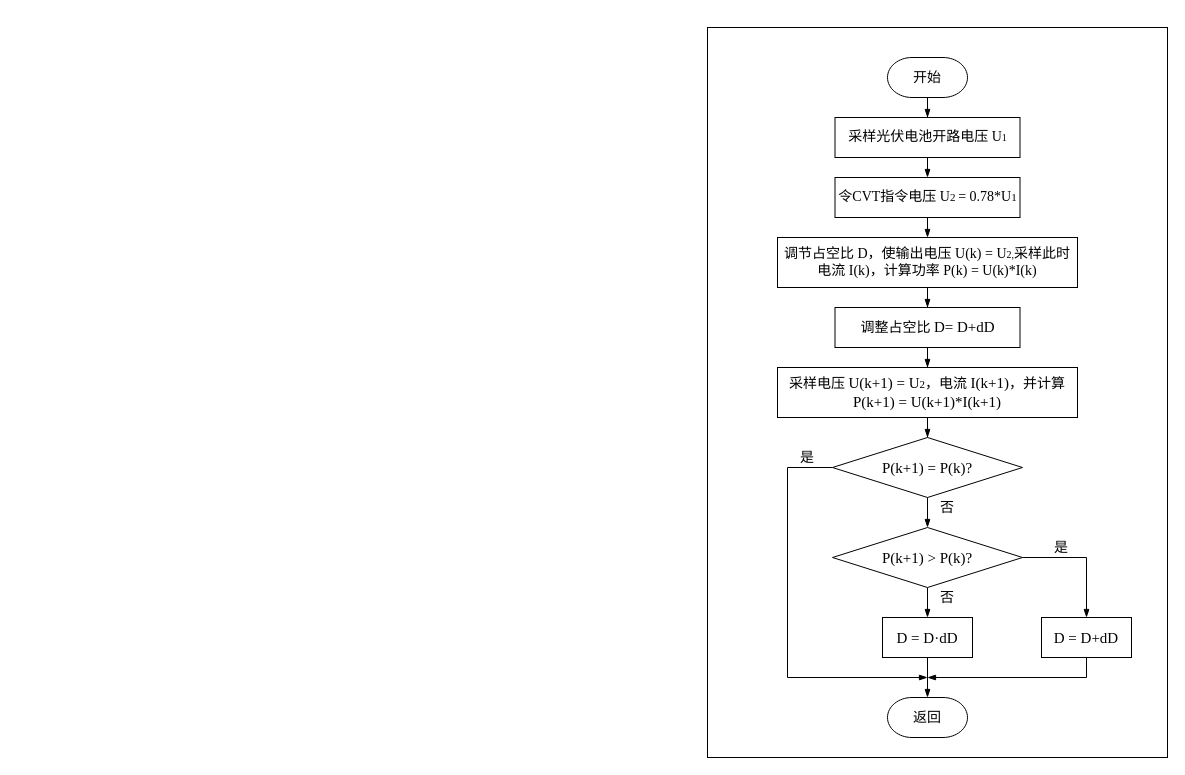
The draw.io diagram PWM算法流程图.drawio in AXYZdong/useful-things, before the edit. Source tidied: cells renumbered, new cells numbered last; positions are measured from the earlier drawing's top-left corner, leaving out a move shared by most shapes. Both pictures are drawn from the tidied source at 100%, with x=0, y=0 at pixel (707, 27).
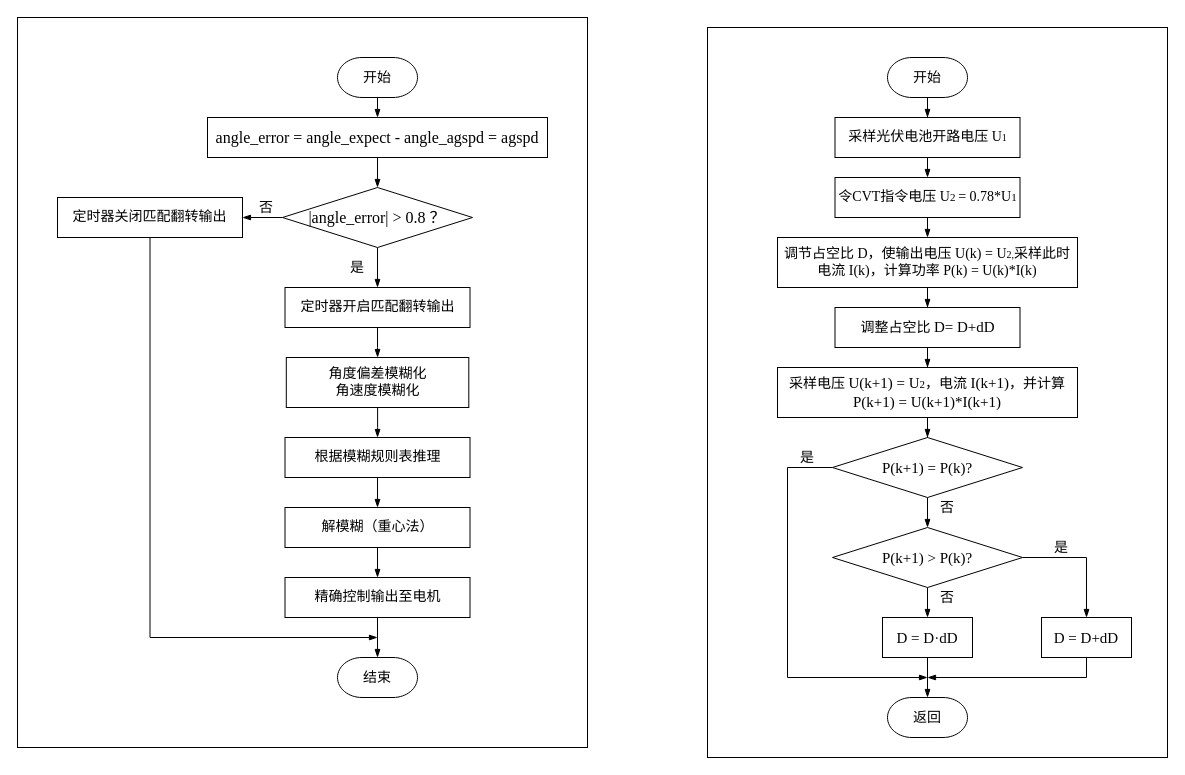
The same page after the edit.

Commit message (it also covers changes not shown here):
更新PWM算法流程图.drawio

Diff of the diagram source:
```diff
@@
+    <mxCell id="29" style="rounded=0;whiteSpace=wrap;html=1;strokeWidth=1;fillColor=none;" parent="1" vertex="1">
+      <mxGeometry width="460" height="730" as="geometry" />
+    </mxCell>
@@
-    <mxCell id="29" style="rounded=0;whiteSpace=wrap;html=1;strokeWidth=1;fillColor=none;" parent="1" vertex="1">
-      <mxGeometry width="460" height="730" as="geometry" />
-    </mxCell>
+    <mxCell id="30" style="edgeStyle=orthogonalEdgeStyle;rounded=0;jettySize=auto;html=1;exitX=0.5;exitY=1;exitDx=0;exitDy=0;exitPerimeter=0;entryX=0.5;entryY=0;entryDx=0;entryDy=0;endArrow=blockThin;endFill=1;" parent="1" edge="1" source="31" target="33">
+      <mxGeometry relative="1" as="geometry" />
+    </mxCell>
+    <mxCell id="31" value="&lt;font style=&quot;font-size: 14px&quot;&gt;开始&lt;/font&gt;" style="strokeWidth=1;html=1;shape=mxgraph.flowchart.terminator;whiteSpace=wrap;" parent="1" vertex="1">
+      <mxGeometry x="-370" y="30" width="80" height="40" as="geometry" />
+    </mxCell>
+    <mxCell id="32" style="edgeStyle=orthogonalEdgeStyle;rounded=0;jettySize=auto;html=1;endArrow=blockThin;endFill=1;" parent="1" edge="1" source="33" target="36">
+      <mxGeometry relative="1" as="geometry" />
+    </mxCell>
+    <mxCell id="33" value="&lt;div style=&quot;text-align: left&quot;&gt;&lt;span style=&quot;font-family: &amp;#34;times new roman&amp;#34;&quot;&gt;&lt;font style=&quot;font-size: 16px&quot;&gt;angle_error = angle_expect - angle_agspd = agspd&lt;/font&gt;&lt;/span&gt;&lt;/div&gt;" style="rounded=0;whiteSpace=wrap;html=1;strokeWidth=1;" parent="1" vertex="1">
+      <mxGeometry x="-500" y="90" width="340" height="40" as="geometry" />
+    </mxCell>
+    <mxCell id="34" style="edgeStyle=orthogonalEdgeStyle;rounded=0;jettySize=auto;html=1;endArrow=blockThin;endFill=1;" parent="1" edge="1" source="36" target="38">
+      <mxGeometry relative="1" as="geometry" />
+    </mxCell>
+    <mxCell id="35" style="edgeStyle=orthogonalEdgeStyle;rounded=0;jettySize=auto;html=1;entryX=1;entryY=0.5;entryDx=0;entryDy=0;endArrow=blockThin;endFill=1;" parent="1" edge="1" source="36" target="48">
+      <mxGeometry relative="1" as="geometry" />
+    </mxCell>
+    <mxCell id="36" value="&lt;font style=&quot;font-size: 16px&quot; face=&quot;Times New Roman&quot;&gt;|angle_error| &amp;gt; 0.8&amp;nbsp;？&lt;/font&gt;" style="rhombus;whiteSpace=wrap;html=1;strokeWidth=1;" parent="1" vertex="1">
+      <mxGeometry x="-425" y="160" width="190" height="60" as="geometry" />
+    </mxCell>
+    <mxCell id="37" style="edgeStyle=orthogonalEdgeStyle;rounded=0;jettySize=auto;html=1;endArrow=blockThin;endFill=1;" parent="1" edge="1" source="38" target="40">
+      <mxGeometry relative="1" as="geometry" />
+    </mxCell>
+    <mxCell id="38" value="&lt;font face=&quot;Times New Roman&quot;&gt;&lt;span style=&quot;font-size: 14px&quot;&gt;定时器开启匹配翻转输出&lt;/span&gt;&lt;/font&gt;" style="rounded=0;whiteSpace=wrap;html=1;strokeWidth=1;" parent="1" vertex="1">
+      <mxGeometry x="-422.5" y="260" width="185" height="40" as="geometry" />
+    </mxCell>
+    <mxCell id="39" style="edgeStyle=orthogonalEdgeStyle;rounded=0;jettySize=auto;html=1;entryX=0.5;entryY=0;entryDx=0;entryDy=0;endArrow=blockThin;endFill=1;" parent="1" edge="1" source="40" target="42">
+      <mxGeometry relative="1" as="geometry" />
+    </mxCell>
+    <mxCell id="40" value="&lt;font face=&quot;Times New Roman&quot;&gt;&lt;span style=&quot;font-size: 14px&quot;&gt;角度偏差模糊化&lt;br&gt;角速度模糊化&lt;br&gt;&lt;/span&gt;&lt;/font&gt;" style="rounded=0;whiteSpace=wrap;html=1;strokeWidth=1;" parent="1" vertex="1">
+      <mxGeometry x="-421.2" y="330" width="182.5" height="50" as="geometry" />
+    </mxCell>
+    <mxCell id="41" style="edgeStyle=orthogonalEdgeStyle;rounded=0;jettySize=auto;html=1;exitX=0.5;exitY=1;exitDx=0;exitDy=0;endArrow=blockThin;endFill=1;" parent="1" edge="1" source="42" target="44">
+      <mxGeometry relative="1" as="geometry" />
+    </mxCell>
+    <mxCell id="42" value="&lt;font face=&quot;Times New Roman&quot;&gt;&lt;span style=&quot;font-size: 14px&quot;&gt;根据模糊规则表推理&lt;/span&gt;&lt;/font&gt;" style="rounded=0;whiteSpace=wrap;html=1;strokeWidth=1;" parent="1" vertex="1">
+      <mxGeometry x="-422.5" y="410" width="185" height="40" as="geometry" />
+    </mxCell>
+    <mxCell id="43" style="edgeStyle=orthogonalEdgeStyle;rounded=0;jettySize=auto;html=1;exitX=0.5;exitY=1;exitDx=0;exitDy=0;endArrow=blockThin;endFill=1;" parent="1" edge="1" source="44" target="46">
+      <mxGeometry relative="1" as="geometry" />
+    </mxCell>
+    <mxCell id="44" value="&lt;font face=&quot;Times New Roman&quot;&gt;&lt;span style=&quot;font-size: 14px&quot;&gt;解模糊（重心法）&lt;/span&gt;&lt;/font&gt;" style="rounded=0;whiteSpace=wrap;html=1;strokeWidth=1;" parent="1" vertex="1">
+      <mxGeometry x="-422.5" y="480" width="185" height="40" as="geometry" />
+    </mxCell>
+    <mxCell id="45" style="edgeStyle=orthogonalEdgeStyle;rounded=0;jettySize=auto;html=1;exitX=0.5;exitY=1;exitDx=0;exitDy=0;entryX=0.5;entryY=0;entryDx=0;entryDy=0;entryPerimeter=0;endArrow=blockThin;endFill=1;" parent="1" edge="1" source="46" target="49">
+      <mxGeometry relative="1" as="geometry" />
+    </mxCell>
+    <mxCell id="46" value="&lt;font face=&quot;Times New Roman&quot;&gt;&lt;span style=&quot;font-size: 14px&quot;&gt;精确控制输出至电机&lt;/span&gt;&lt;/font&gt;" style="rounded=0;whiteSpace=wrap;html=1;strokeWidth=1;" parent="1" vertex="1">
+      <mxGeometry x="-422.5" y="550" width="185" height="40" as="geometry" />
+    </mxCell>
+    <mxCell id="47" style="edgeStyle=orthogonalEdgeStyle;rounded=0;jettySize=auto;html=1;endArrow=blockThin;endFill=1;exitX=0.5;exitY=1;exitDx=0;exitDy=0;" parent="1" edge="1" source="48">
+      <mxGeometry relative="1" as="geometry">
+        <mxPoint x="-330" y="610" as="targetPoint" />
+        <Array as="points">
+          <mxPoint x="-557" y="610" />
+        </Array>
+      </mxGeometry>
+    </mxCell>
+    <mxCell id="48" value="&lt;font face=&quot;Times New Roman&quot;&gt;&lt;span style=&quot;font-size: 14px&quot;&gt;定时器关闭匹配翻转输出&lt;/span&gt;&lt;/font&gt;" style="rounded=0;whiteSpace=wrap;html=1;strokeWidth=1;" parent="1" vertex="1">
+      <mxGeometry x="-650" y="170" width="185" height="40" as="geometry" />
+    </mxCell>
+    <mxCell id="49" value="&lt;font style=&quot;font-size: 14px&quot;&gt;结束&lt;/font&gt;" style="strokeWidth=1;html=1;shape=mxgraph.flowchart.terminator;whiteSpace=wrap;" parent="1" vertex="1">
+      <mxGeometry x="-370" y="630" width="80" height="40" as="geometry" />
+    </mxCell>
+    <mxCell id="50" value="&lt;font style=&quot;font-size: 14px&quot;&gt;是&lt;/font&gt;" style="text;html=1;strokeColor=none;fillColor=none;align=center;verticalAlign=middle;whiteSpace=wrap;rounded=0;" parent="1" vertex="1">
+      <mxGeometry x="-370" y="230" width="40" height="20" as="geometry" />
+    </mxCell>
+    <mxCell id="51" value="&lt;font style=&quot;font-size: 14px&quot;&gt;否&lt;/font&gt;" style="text;html=1;strokeColor=none;fillColor=none;align=center;verticalAlign=middle;whiteSpace=wrap;rounded=0;" parent="1" vertex="1">
+      <mxGeometry x="-461.2" y="170" width="40" height="20" as="geometry" />
+    </mxCell>
+    <mxCell id="52" style="rounded=0;whiteSpace=wrap;html=1;strokeWidth=1;fillColor=none;" parent="1" vertex="1">
+      <mxGeometry x="-690" y="-10" width="570" height="730" as="geometry" />
+    </mxCell>
```
